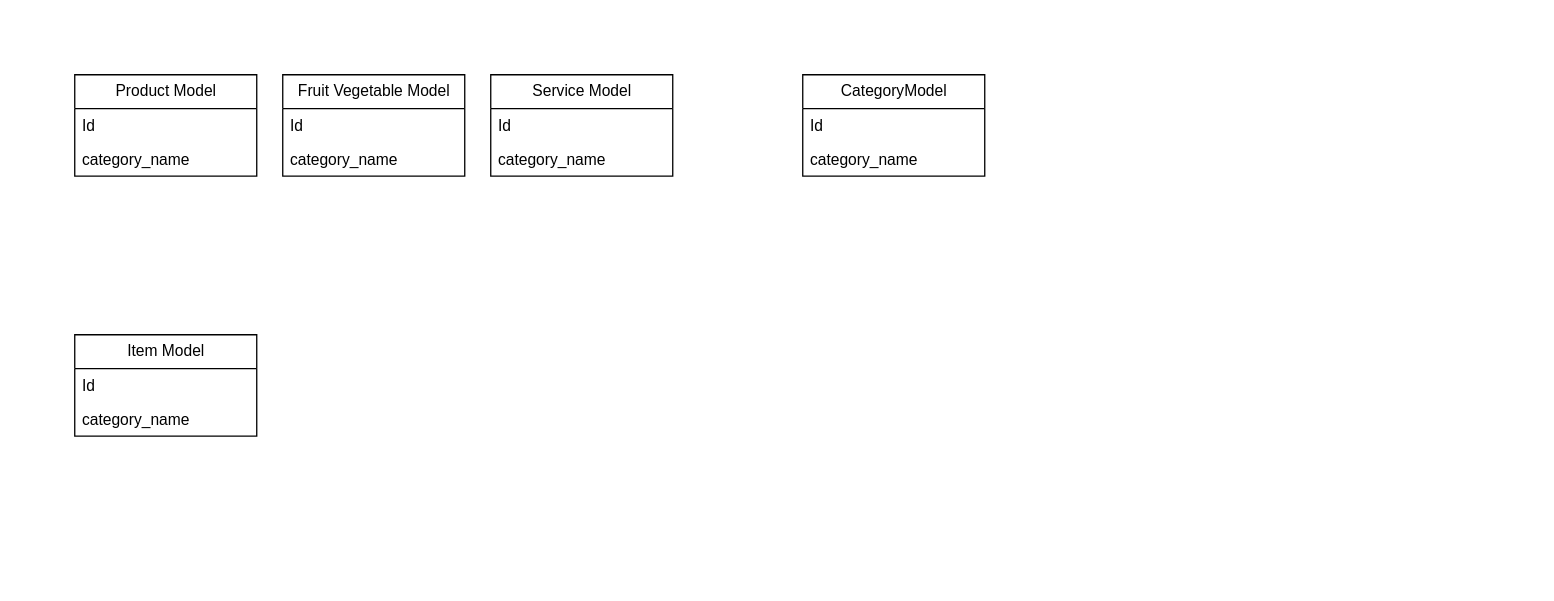
Before: database_diagram.drawio in cavidanbagiri/jwt_login_logout, a draw.io diagram. Source tidied: cells renumbered, new cells numbered last; positions are measured from the earlier drawing's top-left corner, leaving out a move shared by most shapes. Both pictures are drawn from the tidied source at 130%, with x=0, y=0 at pixel (74, 74).
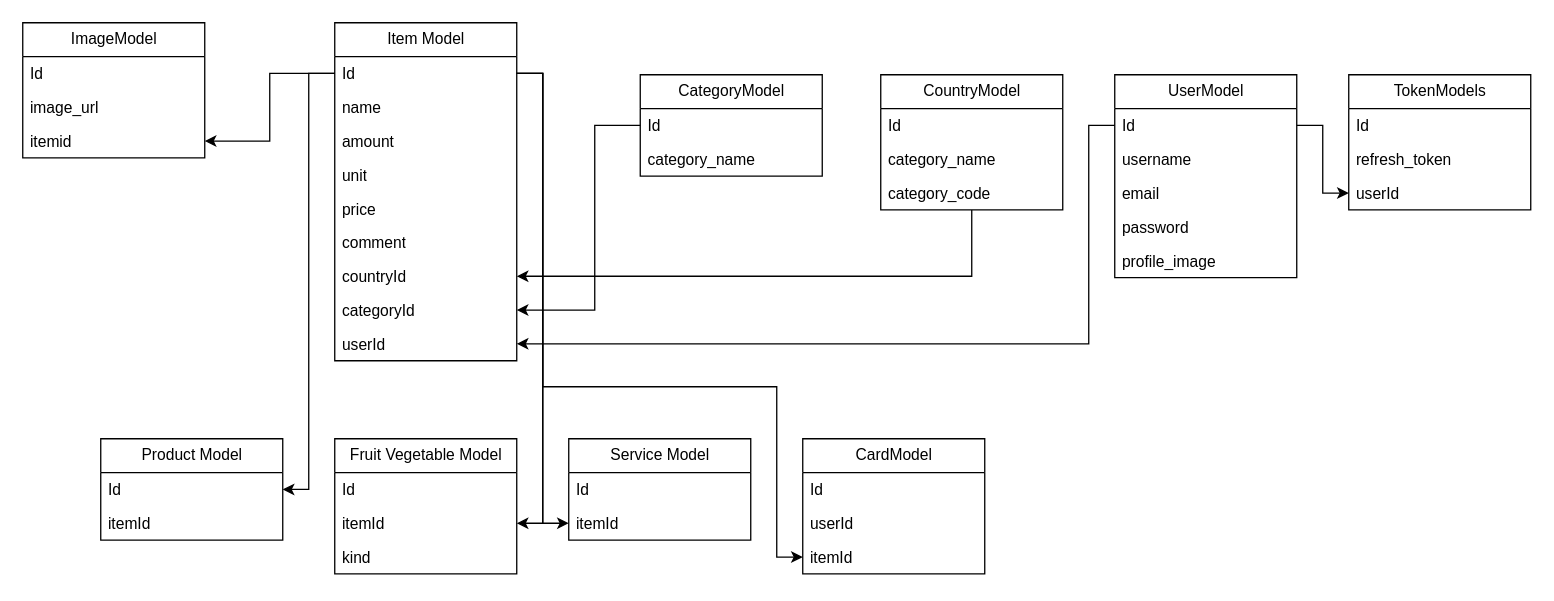
The same diagram, later.

The change refers to these unchanged cells:
```xml
<mxCell id="3" value="Id" style="text;strokeColor=none;fillColor=none;align=left;verticalAlign=top;spacingLeft=4;spacingRight=4;overflow=hidden;points=[[0,0.5],[1,0.5]];portConstraint=eastwest;whiteSpace=wrap;html=1;" parent="2" vertex="1">
  <mxGeometry y="26" width="140" height="26" as="geometry" />
</mxCell>
<mxCell id="6" value="Id" style="text;strokeColor=none;fillColor=none;align=left;verticalAlign=top;spacingLeft=4;spacingRight=4;overflow=hidden;points=[[0,0.5],[1,0.5]];portConstraint=eastwest;whiteSpace=wrap;html=1;" parent="5" vertex="1">
  <mxGeometry y="26" width="140" height="26" as="geometry" />
</mxCell>
<mxCell id="15" value="Id" style="text;strokeColor=none;fillColor=none;align=left;verticalAlign=top;spacingLeft=4;spacingRight=4;overflow=hidden;points=[[0,0.5],[1,0.5]];portConstraint=eastwest;whiteSpace=wrap;html=1;" parent="14" vertex="1">
  <mxGeometry y="26" width="140" height="26" as="geometry" />
</mxCell>
```

Change to the diagram source:
```diff
@@
     <mxCell id="2" value="CategoryModel" style="swimlane;fontStyle=0;horizontal=1;startSize=26;fillColor=none;html=1;" parent="1" vertex="1">
-      <mxGeometry x="560" width="140" height="78" as="geometry" />
+      <mxGeometry x="435" width="140" height="78" as="geometry" />
     </mxCell>
@@
     <mxCell id="5" value="Product Model" style="swimlane;fontStyle=0;horizontal=1;startSize=26;fillColor=none;html=1;" parent="1" vertex="1">
-      <mxGeometry width="140" height="78" as="geometry" />
+      <mxGeometry x="20" y="280" width="140" height="78" as="geometry" />
     </mxCell>
@@
-    <mxCell id="7" value="category_name" style="text;strokeColor=none;fillColor=none;align=left;verticalAlign=top;spacingLeft=4;spacingRight=4;overflow=hidden;whiteSpace=wrap;html=1;" parent="5" vertex="1">
+    <mxCell id="7" value="itemId" style="text;strokeColor=none;fillColor=none;align=left;verticalAlign=top;spacingLeft=4;spacingRight=4;overflow=hidden;whiteSpace=wrap;html=1;" parent="5" vertex="1">
       <mxGeometry y="52" width="140" height="26" as="geometry" />
     </mxCell>
     <mxCell id="8" value="Fruit Vegetable Model" style="swimlane;fontStyle=0;horizontal=1;startSize=26;fillColor=none;html=1;" parent="1" vertex="1">
-      <mxGeometry x="160" width="140" height="78" as="geometry" />
+      <mxGeometry x="200" y="280" width="140" height="104" as="geometry" />
     </mxCell>
@@
-    <mxCell id="10" value="category_name" style="text;strokeColor=none;fillColor=none;align=left;verticalAlign=top;spacingLeft=4;spacingRight=4;overflow=hidden;points=[[0,0.5],[1,0.5]];portConstraint=eastwest;whiteSpace=wrap;html=1;" parent="8" vertex="1">
+    <mxCell id="10" value="itemId" style="text;strokeColor=none;fillColor=none;align=left;verticalAlign=top;spacingLeft=4;spacingRight=4;overflow=hidden;points=[[0,0.5],[1,0.5]];portConstraint=eastwest;whiteSpace=wrap;html=1;" parent="8" vertex="1">
       <mxGeometry y="52" width="140" height="26" as="geometry" />
     </mxCell>
+    <mxCell id="17" value="kind" style="text;strokeColor=none;fillColor=none;align=left;verticalAlign=top;spacingLeft=4;spacingRight=4;overflow=hidden;whiteSpace=wrap;html=1;" parent="8" vertex="1">
+      <mxGeometry y="78" width="140" height="26" as="geometry" />
+    </mxCell>
     <mxCell id="11" value="Service Model" style="swimlane;fontStyle=0;horizontal=1;startSize=26;fillColor=none;html=1;" parent="1" vertex="1">
-      <mxGeometry x="320" width="140" height="78" as="geometry" />
+      <mxGeometry x="380" y="280" width="140" height="78" as="geometry" />
     </mxCell>
@@
-    <mxCell id="13" value="category_name" style="text;strokeColor=none;fillColor=none;align=left;verticalAlign=top;spacingLeft=4;spacingRight=4;overflow=hidden;points=[[0,0.5],[1,0.5]];portConstraint=eastwest;whiteSpace=wrap;html=1;" parent="11" vertex="1">
+    <mxCell id="13" value="itemId" style="text;strokeColor=none;fillColor=none;align=left;verticalAlign=top;spacingLeft=4;spacingRight=4;overflow=hidden;points=[[0,0.5],[1,0.5]];portConstraint=eastwest;whiteSpace=wrap;html=1;" parent="11" vertex="1">
       <mxGeometry y="52" width="140" height="26" as="geometry" />
     </mxCell>
     <mxCell id="14" value="Item Model" style="swimlane;fontStyle=0;horizontal=1;startSize=26;fillColor=none;html=1;" parent="1" vertex="1">
-      <mxGeometry y="200" width="140" height="78" as="geometry" />
+      <mxGeometry x="200" y="-40" width="140" height="260" as="geometry" />
     </mxCell>
@@
+    <mxCell id="18" value="name" style="text;strokeColor=none;fillColor=none;align=left;verticalAlign=top;spacingLeft=4;spacingRight=4;overflow=hidden;whiteSpace=wrap;html=1;" parent="14" vertex="1">
+      <mxGeometry y="52" width="140" height="26" as="geometry" />
+    </mxCell>
+    <mxCell id="19" value="amount" style="text;strokeColor=none;fillColor=none;align=left;verticalAlign=top;spacingLeft=4;spacingRight=4;overflow=hidden;whiteSpace=wrap;html=1;" parent="14" vertex="1">
+      <mxGeometry y="78" width="140" height="26" as="geometry" />
+    </mxCell>
+    <mxCell id="20" value="unit" style="text;strokeColor=none;fillColor=none;align=left;verticalAlign=top;spacingLeft=4;spacingRight=4;overflow=hidden;whiteSpace=wrap;html=1;" parent="14" vertex="1">
+      <mxGeometry y="104" width="140" height="26" as="geometry" />
+    </mxCell>
+    <mxCell id="21" value="price" style="text;strokeColor=none;fillColor=none;align=left;verticalAlign=top;spacingLeft=4;spacingRight=4;overflow=hidden;whiteSpace=wrap;html=1;" parent="14" vertex="1">
+      <mxGeometry y="130" width="140" height="26" as="geometry" />
+    </mxCell>
+    <mxCell id="22" value="comment" style="text;strokeColor=none;fillColor=none;align=left;verticalAlign=top;spacingLeft=4;spacingRight=4;overflow=hidden;whiteSpace=wrap;html=1;" parent="14" vertex="1">
+      <mxGeometry y="156" width="140" height="26" as="geometry" />
+    </mxCell>
+    <mxCell id="23" value="countryId" style="text;strokeColor=none;fillColor=none;align=left;verticalAlign=top;spacingLeft=4;spacingRight=4;overflow=hidden;points=[[0,0.5],[1,0.5]];portConstraint=eastwest;whiteSpace=wrap;html=1;" parent="14" vertex="1">
+      <mxGeometry y="182" width="140" height="26" as="geometry" />
+    </mxCell>
-    <mxCell id="16" value="category_name" style="text;strokeColor=none;fillColor=none;align=left;verticalAlign=top;spacingLeft=4;spacingRight=4;overflow=hidden;points=[[0,0.5],[1,0.5]];portConstraint=eastwest;whiteSpace=wrap;html=1;" parent="14" vertex="1">
-      <mxGeometry y="52" width="140" height="26" as="geometry" />
+    <mxCell id="16" value="categoryId" style="text;strokeColor=none;fillColor=none;align=left;verticalAlign=top;spacingLeft=4;spacingRight=4;overflow=hidden;points=[[0,0.5],[1,0.5]];portConstraint=eastwest;whiteSpace=wrap;html=1;" parent="14" vertex="1">
+      <mxGeometry y="208" width="140" height="26" as="geometry" />
     </mxCell>
+    <mxCell id="24" value="userId" style="text;strokeColor=none;fillColor=none;align=left;verticalAlign=top;spacingLeft=4;spacingRight=4;overflow=hidden;points=[[0,0.5],[1,0.5]];portConstraint=eastwest;whiteSpace=wrap;html=1;" parent="14" vertex="1">
+      <mxGeometry y="234" width="140" height="26" as="geometry" />
+    </mxCell>
+    <mxCell id="25" style="edgeStyle=orthogonalEdgeStyle;rounded=0;jettySize=auto;html=1;entryX=1;entryY=0.5;entryDx=0;entryDy=0;" parent="1" edge="1" source="26" target="23">
+      <mxGeometry relative="1" as="geometry" />
+    </mxCell>
+    <mxCell id="26" value="CountryModel" style="swimlane;fontStyle=0;horizontal=1;startSize=26;fillColor=none;html=1;" parent="1" vertex="1">
+      <mxGeometry x="620" width="140" height="104" as="geometry" />
+    </mxCell>
+    <mxCell id="27" value="Id" style="text;strokeColor=none;fillColor=none;align=left;verticalAlign=top;spacingLeft=4;spacingRight=4;overflow=hidden;whiteSpace=wrap;html=1;" parent="26" vertex="1">
+      <mxGeometry y="26" width="140" height="26" as="geometry" />
+    </mxCell>
+    <mxCell id="28" value="category_name" style="text;strokeColor=none;fillColor=none;align=left;verticalAlign=top;spacingLeft=4;spacingRight=4;overflow=hidden;whiteSpace=wrap;html=1;" parent="26" vertex="1">
+      <mxGeometry y="52" width="140" height="26" as="geometry" />
+    </mxCell>
+    <mxCell id="29" value="category_code" style="text;strokeColor=none;fillColor=none;align=left;verticalAlign=top;spacingLeft=4;spacingRight=4;overflow=hidden;whiteSpace=wrap;html=1;" parent="26" vertex="1">
+      <mxGeometry y="78" width="140" height="26" as="geometry" />
+    </mxCell>
+    <mxCell id="30" style="edgeStyle=orthogonalEdgeStyle;rounded=0;jettySize=auto;html=1;entryX=1;entryY=0.5;entryDx=0;entryDy=0;" parent="1" edge="1" source="3" target="16">
+      <mxGeometry relative="1" as="geometry">
+        <Array as="points">
+          <mxPoint x="400" y="39" />
+          <mxPoint x="400" y="181" />
+        </Array>
+      </mxGeometry>
+    </mxCell>
+    <mxCell id="31" style="edgeStyle=orthogonalEdgeStyle;rounded=0;jettySize=auto;html=1;entryX=0;entryY=0.5;entryDx=0;entryDy=0;" parent="1" edge="1" source="15" target="13">
+      <mxGeometry relative="1" as="geometry" />
+    </mxCell>
+    <mxCell id="32" style="edgeStyle=orthogonalEdgeStyle;rounded=0;jettySize=auto;html=1;entryX=1;entryY=0.5;entryDx=0;entryDy=0;" parent="1" edge="1" source="15" target="10">
+      <mxGeometry relative="1" as="geometry">
+        <Array as="points">
+          <mxPoint x="360" y="-1" />
+          <mxPoint x="360" y="345" />
+        </Array>
+      </mxGeometry>
+    </mxCell>
+    <mxCell id="33" value="UserModel" style="swimlane;fontStyle=0;horizontal=1;startSize=26;fillColor=none;html=1;" parent="1" vertex="1">
+      <mxGeometry x="800" width="140" height="156" as="geometry" />
+    </mxCell>
+    <mxCell id="34" value="Id" style="text;strokeColor=none;fillColor=none;align=left;verticalAlign=top;spacingLeft=4;spacingRight=4;overflow=hidden;points=[[0,0.5],[1,0.5]];portConstraint=eastwest;whiteSpace=wrap;html=1;" parent="33" vertex="1">
+      <mxGeometry y="26" width="140" height="26" as="geometry" />
+    </mxCell>
+    <mxCell id="35" value="username" style="text;strokeColor=none;fillColor=none;align=left;verticalAlign=top;spacingLeft=4;spacingRight=4;overflow=hidden;whiteSpace=wrap;html=1;" parent="33" vertex="1">
+      <mxGeometry y="52" width="140" height="26" as="geometry" />
+    </mxCell>
+    <mxCell id="36" value="email" style="text;strokeColor=none;fillColor=none;align=left;verticalAlign=top;spacingLeft=4;spacingRight=4;overflow=hidden;whiteSpace=wrap;html=1;" parent="33" vertex="1">
+      <mxGeometry y="78" width="140" height="26" as="geometry" />
+    </mxCell>
+    <mxCell id="37" value="password" style="text;strokeColor=none;fillColor=none;align=left;verticalAlign=top;spacingLeft=4;spacingRight=4;overflow=hidden;whiteSpace=wrap;html=1;" parent="33" vertex="1">
+      <mxGeometry y="104" width="140" height="26" as="geometry" />
+    </mxCell>
+    <mxCell id="38" value="profile_image" style="text;strokeColor=none;fillColor=none;align=left;verticalAlign=top;spacingLeft=4;spacingRight=4;overflow=hidden;whiteSpace=wrap;html=1;" parent="33" vertex="1">
+      <mxGeometry y="130" width="140" height="26" as="geometry" />
+    </mxCell>
+    <mxCell id="39" style="edgeStyle=orthogonalEdgeStyle;rounded=0;jettySize=auto;html=1;entryX=1;entryY=0.5;entryDx=0;entryDy=0;" parent="1" edge="1" source="34" target="24">
+      <mxGeometry relative="1" as="geometry">
+        <Array as="points">
+          <mxPoint x="780" y="39" />
+          <mxPoint x="780" y="207" />
+        </Array>
+      </mxGeometry>
+    </mxCell>
+    <mxCell id="40" style="edgeStyle=orthogonalEdgeStyle;rounded=0;jettySize=auto;html=1;entryX=1;entryY=0.5;entryDx=0;entryDy=0;" parent="1" edge="1" source="15" target="6">
+      <mxGeometry relative="1" as="geometry">
+        <Array as="points">
+          <mxPoint x="180" y="-1" />
+        </Array>
+      </mxGeometry>
+    </mxCell>
+    <mxCell id="41" value="ImageModel" style="swimlane;fontStyle=0;horizontal=1;startSize=26;fillColor=none;html=1;" parent="1" vertex="1">
+      <mxGeometry x="-40" y="-40" width="140" height="104" as="geometry" />
+    </mxCell>
+    <mxCell id="42" value="Id" style="text;strokeColor=none;fillColor=none;align=left;verticalAlign=top;spacingLeft=4;spacingRight=4;overflow=hidden;whiteSpace=wrap;html=1;" parent="41" vertex="1">
+      <mxGeometry y="26" width="140" height="26" as="geometry" />
+    </mxCell>
+    <mxCell id="43" value="image_url" style="text;strokeColor=none;fillColor=none;align=left;verticalAlign=top;spacingLeft=4;spacingRight=4;overflow=hidden;whiteSpace=wrap;html=1;" parent="41" vertex="1">
+      <mxGeometry y="52" width="140" height="26" as="geometry" />
+    </mxCell>
+    <mxCell id="44" value="itemid" style="text;strokeColor=none;fillColor=none;align=left;verticalAlign=top;spacingLeft=4;spacingRight=4;overflow=hidden;points=[[0,0.5],[1,0.5]];portConstraint=eastwest;whiteSpace=wrap;html=1;" parent="41" vertex="1">
+      <mxGeometry y="78" width="140" height="26" as="geometry" />
+    </mxCell>
+    <mxCell id="45" style="edgeStyle=orthogonalEdgeStyle;rounded=0;jettySize=auto;html=1;entryX=1;entryY=0.5;entryDx=0;entryDy=0;" parent="1" edge="1" source="15" target="44">
+      <mxGeometry relative="1" as="geometry" />
+    </mxCell>
+    <mxCell id="46" value="TokenModels" style="swimlane;fontStyle=0;horizontal=1;startSize=26;fillColor=none;html=1;" parent="1" vertex="1">
+      <mxGeometry x="980" width="140" height="104" as="geometry" />
+    </mxCell>
+    <mxCell id="47" value="Id" style="text;strokeColor=none;fillColor=none;align=left;verticalAlign=top;spacingLeft=4;spacingRight=4;overflow=hidden;whiteSpace=wrap;html=1;" parent="46" vertex="1">
+      <mxGeometry y="26" width="140" height="26" as="geometry" />
+    </mxCell>
+    <mxCell id="48" value="refresh_token" style="text;strokeColor=none;fillColor=none;align=left;verticalAlign=top;spacingLeft=4;spacingRight=4;overflow=hidden;whiteSpace=wrap;html=1;" parent="46" vertex="1">
+      <mxGeometry y="52" width="140" height="26" as="geometry" />
+    </mxCell>
+    <mxCell id="49" value="userId" style="text;strokeColor=none;fillColor=none;align=left;verticalAlign=top;spacingLeft=4;spacingRight=4;overflow=hidden;points=[[0,0.5],[1,0.5]];portConstraint=eastwest;whiteSpace=wrap;html=1;" parent="46" vertex="1">
+      <mxGeometry y="78" width="140" height="26" as="geometry" />
+    </mxCell>
+    <mxCell id="50" style="edgeStyle=orthogonalEdgeStyle;rounded=0;jettySize=auto;html=1;entryX=0;entryY=0.5;entryDx=0;entryDy=0;" parent="1" edge="1" source="34" target="49">
+      <mxGeometry relative="1" as="geometry" />
+    </mxCell>
+    <mxCell id="51" value="CardModel" style="swimlane;fontStyle=0;horizontal=1;startSize=26;fillColor=none;html=1;" parent="1" vertex="1">
+      <mxGeometry x="560" y="280" width="140" height="104" as="geometry" />
+    </mxCell>
+    <mxCell id="52" value="Id" style="text;strokeColor=none;fillColor=none;align=left;verticalAlign=top;spacingLeft=4;spacingRight=4;overflow=hidden;whiteSpace=wrap;html=1;" parent="51" vertex="1">
+      <mxGeometry y="26" width="140" height="26" as="geometry" />
+    </mxCell>
+    <mxCell id="53" value="userId" style="text;strokeColor=none;fillColor=none;align=left;verticalAlign=top;spacingLeft=4;spacingRight=4;overflow=hidden;whiteSpace=wrap;html=1;" parent="51" vertex="1">
+      <mxGeometry y="52" width="140" height="26" as="geometry" />
+    </mxCell>
+    <mxCell id="54" value="itemId" style="text;strokeColor=none;fillColor=none;align=left;verticalAlign=top;spacingLeft=4;spacingRight=4;overflow=hidden;points=[[0,0.5],[1,0.5]];portConstraint=eastwest;whiteSpace=wrap;html=1;" parent="51" vertex="1">
+      <mxGeometry y="78" width="140" height="26" as="geometry" />
+    </mxCell>
+    <mxCell id="55" style="edgeStyle=orthogonalEdgeStyle;rounded=0;jettySize=auto;html=1;entryX=0;entryY=0.5;entryDx=0;entryDy=0;" parent="1" edge="1" source="15" target="54">
+      <mxGeometry relative="1" as="geometry">
+        <Array as="points">
+          <mxPoint x="360" y="-1" />
+          <mxPoint x="360" y="240" />
+          <mxPoint x="540" y="240" />
+          <mxPoint x="540" y="371" />
+        </Array>
+      </mxGeometry>
+    </mxCell>
```
